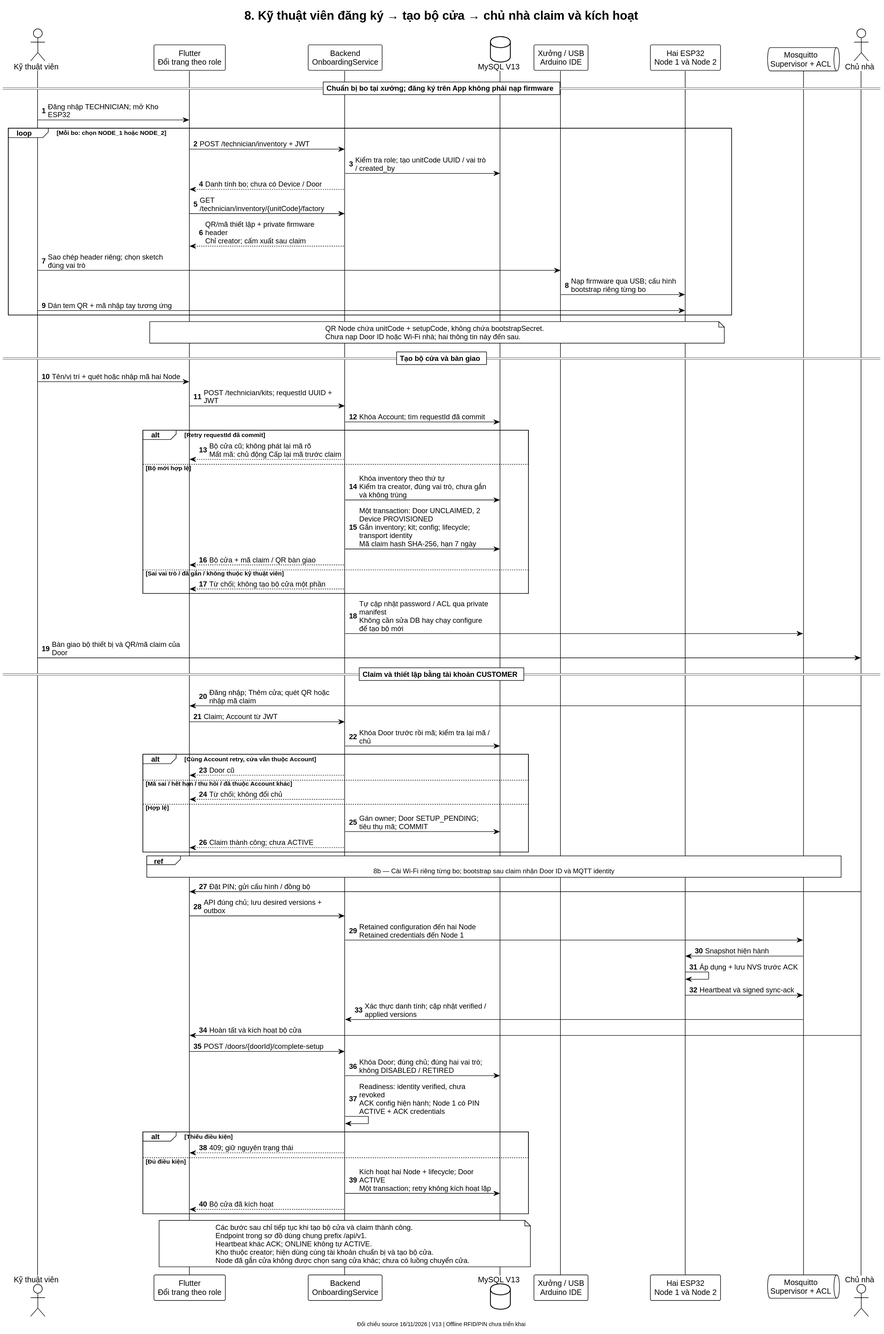
The PlantUML diagram docs/03-technical-reference/diagrams/08-provision-claim-sequence.svg in Nozs002/Smart-Door-System, before a commit. The source it was exported from:
```plantuml
@startuml
!theme plain
skinparam shadowing false
skinparam defaultFontName Arial
skinparam backgroundColor white
autonumber
skinparam maxMessageSize 240
title 8. Kỹ thuật viên đăng ký → tạo bộ cửa → chủ nhà claim và kích hoạt
actor "Kỹ thuật viên" as Tech
participant "Flutter\nĐổi trang theo role" as App
participant "Backend\nOnboardingService" as BE
database "MySQL V13" as DB
participant "Xưởng / USB\nArduino IDE" as USB
participant "Hai ESP32\nNode 1 và Node 2" as Nodes
queue "Mosquitto\nSupervisor + ACL" as MQ
actor "Chủ nhà" as Owner
== Chuẩn bị bo tại xưởng; đăng ký trên App không phải nạp firmware ==
Tech -> App : Đăng nhập TECHNICIAN; mở Kho ESP32
loop Mỗi bo: chọn NODE_1 hoặc NODE_2
  App -> BE : POST /technician/inventory + JWT
  BE -> DB : Kiểm tra role; tạo unitCode UUID / vai trò / created_by
  BE --> App : Danh tính bo; chưa có Device / Door
  App -> BE : GET /technician/inventory/{unitCode}/factory
  BE --> App : QR/mã thiết lập + private firmware header\nChỉ creator; cấm xuất sau claim
  Tech -> USB : Sao chép header riêng; chọn sketch đúng vai trò
  USB -> Nodes : Nạp firmware qua USB; cấu hình bootstrap riêng từng bo
  Tech -> Nodes : Dán tem QR + mã nhập tay tương ứng
end
note over App,Nodes
  QR Node chứa unitCode + setupCode, không chứa bootstrapSecret.
  Chưa nạp Door ID hoặc Wi-Fi nhà; hai thông tin này đến sau.
end note
== Tạo bộ cửa và bàn giao ==
Tech -> App : Tên/vị trí + quét hoặc nhập mã hai Node
App -> BE : POST /technician/kits; requestId UUID + JWT
BE -> DB : Khóa Account; tìm requestId đã commit
alt Retry requestId đã commit
  BE --> App : Bộ cửa cũ; không phát lại mã rõ\nMất mã: chủ động Cấp lại mã trước claim
else Bộ mới hợp lệ
  BE -> DB : Khóa inventory theo thứ tự\nKiểm tra creator, đúng vai trò, chưa gắn và không trùng
  BE -> DB : Một transaction: Door UNCLAIMED, 2 Device PROVISIONED\nGắn inventory; kit; config; lifecycle; transport identity\nMã claim hash SHA-256, hạn 7 ngày
  BE --> App : Bộ cửa + mã claim / QR bàn giao
else Sai vai trò / đã gắn / không thuộc kỹ thuật viên
  BE --> App : Từ chối; không tạo bộ cửa một phần
end
BE -> MQ : Tự cập nhật password / ACL qua private manifest\nKhông cần sửa DB hay chạy configure để tạo bộ mới
Tech -> Owner : Bàn giao bộ thiết bị và QR/mã claim của Door
== Claim và thiết lập bằng tài khoản CUSTOMER ==
Owner -> App : Đăng nhập; Thêm cửa; quét QR hoặc nhập mã claim
App -> BE : Claim; Account từ JWT
BE -> DB : Khóa Door trước rồi mã; kiểm tra lại mã / chủ
alt Cùng Account retry, cửa vẫn thuộc Account
  BE --> App : Door cũ
else Mã sai / hết hạn / thu hồi / đã thuộc Account khác
  BE --> App : Từ chối; không đổi chủ
else Hợp lệ
  BE -> DB : Gán owner; Door SETUP_PENDING; tiêu thụ mã; COMMIT
  BE --> App : Claim thành công; chưa ACTIVE
end
ref over App,MQ : 8b — Cài Wi-Fi riêng từng bo; bootstrap sau claim nhận Door ID và MQTT identity
Owner -> App : Đặt PIN; gửi cấu hình / đồng bộ
App -> BE : API đúng chủ; lưu desired versions + outbox
BE -> MQ : Retained configuration đến hai Node\nRetained credentials đến Node 1
MQ -> Nodes : Snapshot hiện hành
Nodes -> Nodes : Áp dụng + lưu NVS trước ACK
Nodes -> MQ : Heartbeat và signed sync-ack
MQ -> BE : Xác thực danh tính; cập nhật verified / applied versions
Owner -> App : Hoàn tất và kích hoạt bộ cửa
App -> BE : POST /doors/{doorId}/complete-setup
BE -> DB : Khóa Door; đúng chủ; đúng hai vai trò; không DISABLED / RETIRED
BE -> BE : Readiness: identity verified, chưa revoked\nACK config hiện hành; Node 1 có PIN ACTIVE + ACK credentials
alt Thiếu điều kiện
  BE --> App : 409; giữ nguyên trạng thái
else Đủ điều kiện
  BE -> DB : Kích hoạt hai Node + lifecycle; Door ACTIVE\nMột transaction; retry không kích hoạt lặp
  BE --> App : Bộ cửa đã kích hoạt
end
note over App,DB
  Các bước sau chỉ tiếp tục khi tạo bộ cửa và claim thành công.
  Endpoint trong sơ đồ dùng chung prefix /api/v1.
  Heartbeat khác ACK; ONLINE không tự ACTIVE.
  Kho thuộc creator; hiện dùng cùng tài khoản chuẩn bị và tạo bộ cửa.
  Node đã gắn cửa không được chọn sang cửa khác; chưa có luồng chuyển cửa.
end note

footer Đối chiếu source 16/11/2026 | V13 | Offline RFID/PIN chưa triển khai
@enduml
```
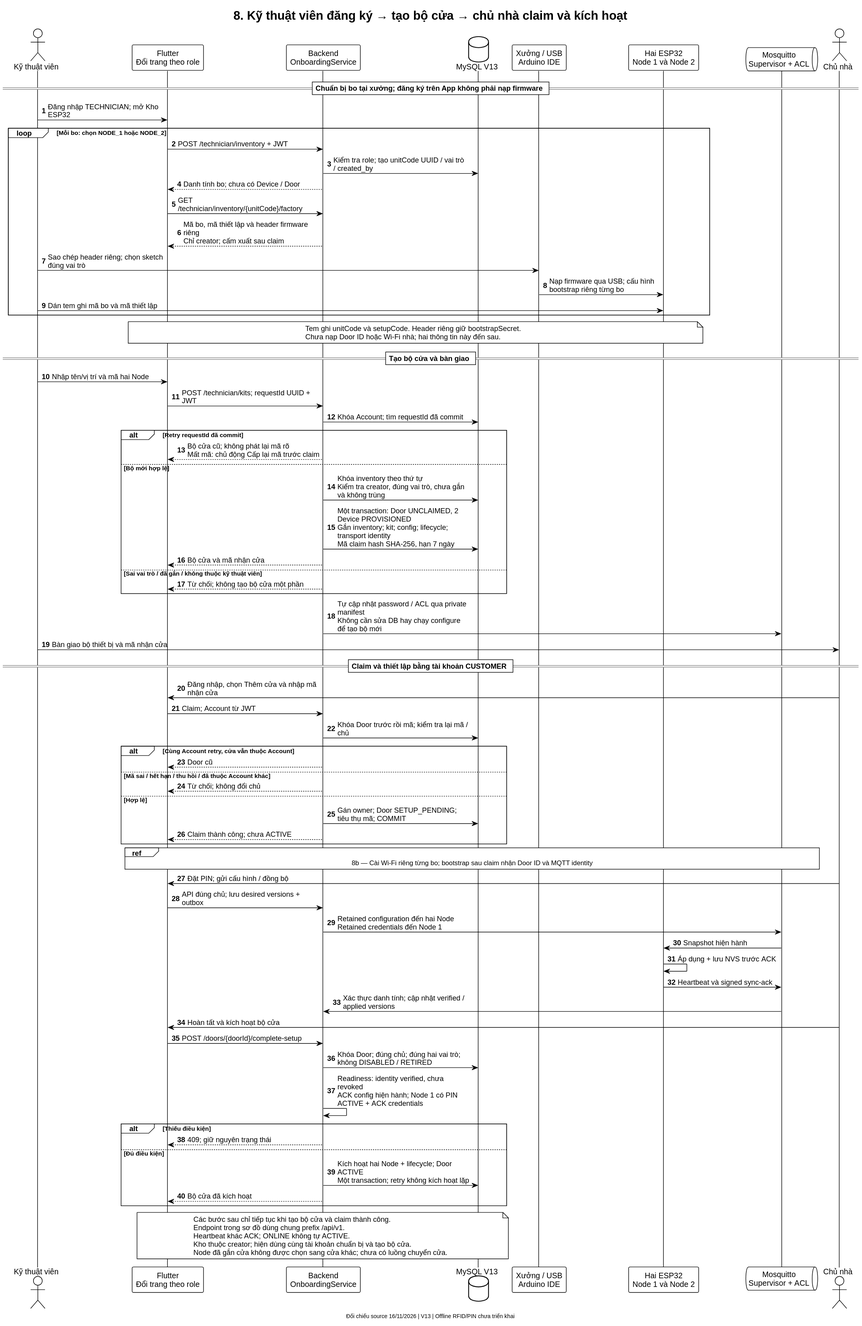
The same file after the commit.

The edit, as a diff of the source:
```diff
@@ -21,17 +21,17 @@
   BE -> DB : Kiểm tra role; tạo unitCode UUID / vai trò / created_by
   BE --> App : Danh tính bo; chưa có Device / Door
   App -> BE : GET /technician/inventory/{unitCode}/factory
-  BE --> App : QR/mã thiết lập + private firmware header\nChỉ creator; cấm xuất sau claim
+  BE --> App : Mã bo, mã thiết lập và header firmware riêng\nChỉ creator; cấm xuất sau claim
   Tech -> USB : Sao chép header riêng; chọn sketch đúng vai trò
   USB -> Nodes : Nạp firmware qua USB; cấu hình bootstrap riêng từng bo
-  Tech -> Nodes : Dán tem QR + mã nhập tay tương ứng
+  Tech -> Nodes : Dán tem ghi mã bo và mã thiết lập
 end
 note over App,Nodes
-  QR Node chứa unitCode + setupCode, không chứa bootstrapSecret.
+  Tem ghi unitCode và setupCode. Header riêng giữ bootstrapSecret.
   Chưa nạp Door ID hoặc Wi-Fi nhà; hai thông tin này đến sau.
 end note
 == Tạo bộ cửa và bàn giao ==
-Tech -> App : Tên/vị trí + quét hoặc nhập mã hai Node
+Tech -> App : Nhập tên/vị trí và mã hai Node
 App -> BE : POST /technician/kits; requestId UUID + JWT
 BE -> DB : Khóa Account; tìm requestId đã commit
 alt Retry requestId đã commit
@@ -39,14 +39,14 @@
 else Bộ mới hợp lệ
   BE -> DB : Khóa inventory theo thứ tự\nKiểm tra creator, đúng vai trò, chưa gắn và không trùng
   BE -> DB : Một transaction: Door UNCLAIMED, 2 Device PROVISIONED\nGắn inventory; kit; config; lifecycle; transport identity\nMã claim hash SHA-256, hạn 7 ngày
-  BE --> App : Bộ cửa + mã claim / QR bàn giao
+  BE --> App : Bộ cửa và mã nhận cửa
 else Sai vai trò / đã gắn / không thuộc kỹ thuật viên
   BE --> App : Từ chối; không tạo bộ cửa một phần
 end
 BE -> MQ : Tự cập nhật password / ACL qua private manifest\nKhông cần sửa DB hay chạy configure để tạo bộ mới
-Tech -> Owner : Bàn giao bộ thiết bị và QR/mã claim của Door
+Tech -> Owner : Bàn giao bộ thiết bị và mã nhận cửa
 == Claim và thiết lập bằng tài khoản CUSTOMER ==
-Owner -> App : Đăng nhập; Thêm cửa; quét QR hoặc nhập mã claim
+Owner -> App : Đăng nhập, chọn Thêm cửa và nhập mã nhận cửa
 App -> BE : Claim; Account từ JWT
 BE -> DB : Khóa Door trước rồi mã; kiểm tra lại mã / chủ
 alt Cùng Account retry, cửa vẫn thuộc Account
```
